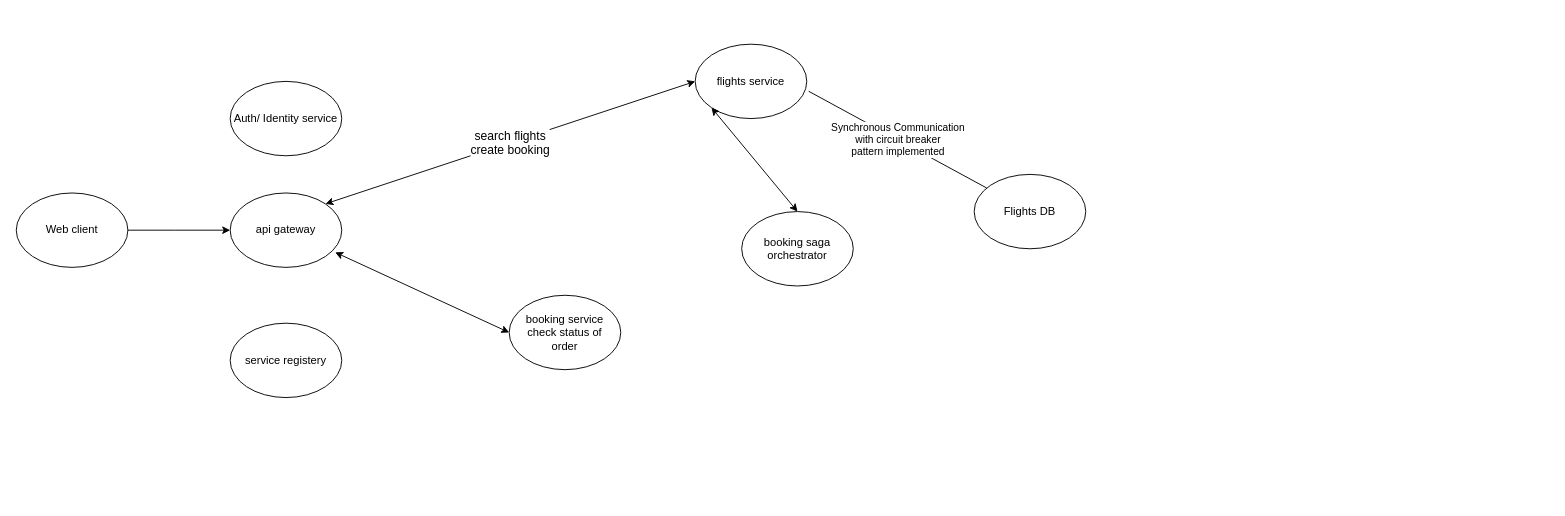
Earlier version of the draw.io diagram HLD.drawio (varindersingh6885/bookingsystem-backend). Source tidied: cells renumbered, new cells numbered last; positions are measured from the earlier drawing's top-left corner, leaving out a move shared by most shapes. Both pictures are drawn from the tidied source at 93%, with x=0, y=0 at pixel (16, 44).
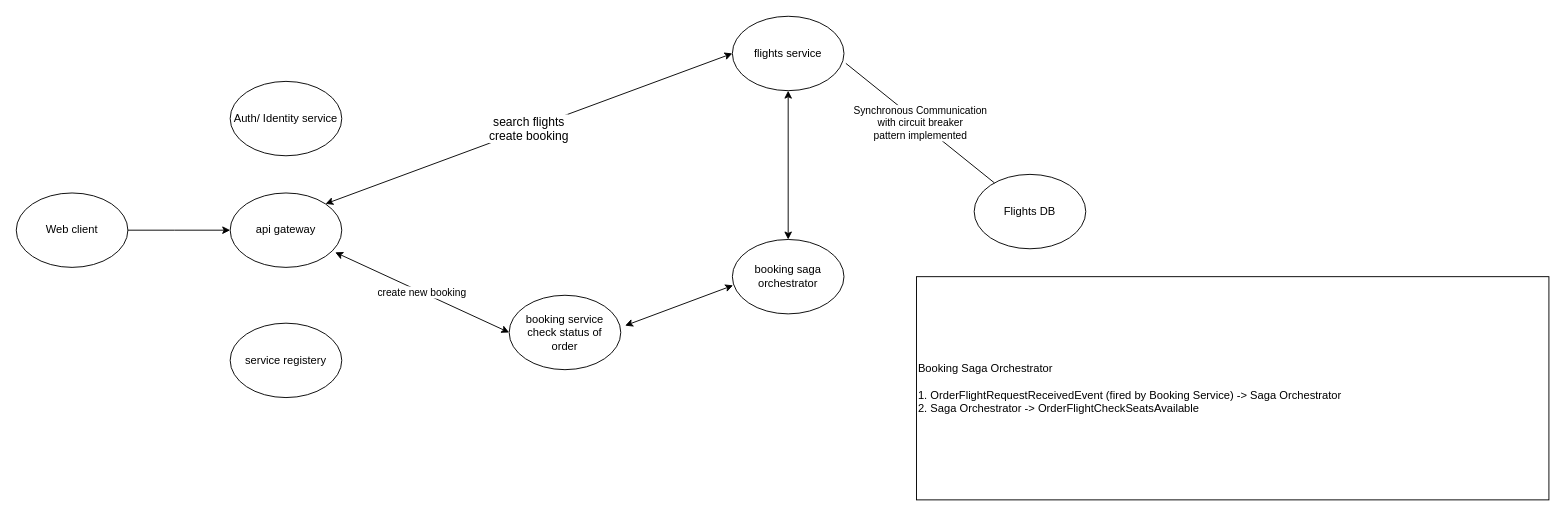
After the change.

Commit message (it also covers changes not shown here):
Create New Booking Event Success

The edit, as a diff of the source:
```diff
@@
 <mxGraphModel>
   <root>
     <mxCell id="0" />
     <mxCell id="1" parent="0" />
     <mxCell id="2" value="flights service" style="ellipse;whiteSpace=wrap;html=1;" parent="1" vertex="1">
-      <mxGeometry x="730" width="120" height="80" as="geometry" />
+      <mxGeometry x="770" y="-30" width="120" height="80" as="geometry" />
     </mxCell>
     <mxCell id="3" value="Flights DB" style="ellipse;whiteSpace=wrap;html=1;" parent="1" vertex="1">
       <mxGeometry x="1030" y="140" width="120" height="80" as="geometry" />
     </mxCell>
     <mxCell id="4" value="Web client" style="ellipse;whiteSpace=wrap;html=1;" parent="1" vertex="1">
       <mxGeometry y="160" width="120" height="80" as="geometry" />
     </mxCell>
     <mxCell id="5" value="service registery" style="ellipse;whiteSpace=wrap;html=1;" parent="1" vertex="1">
       <mxGeometry x="230" y="300" width="120" height="80" as="geometry" />
     </mxCell>
     <mxCell id="6" value="api gateway" style="ellipse;whiteSpace=wrap;html=1;" parent="1" vertex="1">
       <mxGeometry x="230" y="160" width="120" height="80" as="geometry" />
     </mxCell>
     <mxCell id="7" value="Auth/ Identity service" style="ellipse;whiteSpace=wrap;html=1;" parent="1" vertex="1">
       <mxGeometry x="230" y="40" width="120" height="80" as="geometry" />
     </mxCell>
     <mxCell id="8" value="Synchronous Communication&lt;br&gt;with circuit breaker &lt;br&gt;pattern implemented" style="endArrow=none;html=1;rounded=0;entryX=1.017;entryY=0.633;entryDx=0;entryDy=0;entryPerimeter=0;verticalAlign=middle;horizontal=1;targetPerimeterSpacing=0;" parent="1" edge="1" source="3" target="2">
       <mxGeometry relative="1" as="geometry" />
     </mxCell>
     <mxCell id="9" value="&lt;font style=&quot;font-size: 13px;&quot;&gt;search flights&lt;br&gt;create booking&lt;/font&gt;" style="endArrow=classic;startArrow=classic;html=1;rounded=0;exitX=1;exitY=0;exitDx=0;exitDy=0;entryX=0;entryY=0.5;entryDx=0;entryDy=0;" parent="1" edge="1" source="6" target="2">
       <mxGeometry relative="1" as="geometry" />
     </mxCell>
     <mxCell id="10" style="endArrow=classic;html=1;rounded=0;exitX=1;exitY=0.5;exitDx=0;exitDy=0;entryX=0;entryY=0.5;entryDx=0;entryDy=0;" parent="1" edge="1" source="4" target="6">
       <mxGeometry relative="1" as="geometry">
         <Array as="points">
           <mxPoint x="170" y="200" />
         </Array>
       </mxGeometry>
     </mxCell>
     <mxCell id="11" value="booking saga orchestrator" style="ellipse;whiteSpace=wrap;html=1;" parent="1" vertex="1">
-      <mxGeometry x="780" y="180" width="120" height="80" as="geometry" />
+      <mxGeometry x="770" y="210" width="120" height="80" as="geometry" />
     </mxCell>
-    <mxCell id="12" style="endArrow=classic;startArrow=classic;html=1;rounded=0;entryX=0;entryY=1;entryDx=0;entryDy=0;exitX=0.5;exitY=0;exitDx=0;exitDy=0;" parent="1" edge="1" source="11" target="2">
+    <mxCell id="12" style="endArrow=classic;startArrow=classic;html=1;rounded=0;entryX=0.5;entryY=1;entryDx=0;entryDy=0;exitX=0.5;exitY=0;exitDx=0;exitDy=0;" parent="1" edge="1" source="11" target="2">
       <mxGeometry relative="1" as="geometry" />
     </mxCell>
     <mxCell id="13" value="booking service&lt;br&gt;check status of &lt;br&gt;order" style="ellipse;whiteSpace=wrap;html=1;" parent="1" vertex="1">
       <mxGeometry x="530" y="270" width="120" height="80" as="geometry" />
     </mxCell>
-    <mxCell id="14" style="endArrow=classic;startArrow=classic;html=1;rounded=0;entryX=0;entryY=0.5;entryDx=0;entryDy=0;exitX=0.941;exitY=0.798;exitDx=0;exitDy=0;exitPerimeter=0;" parent="1" edge="1" source="6" target="13">
+    <mxCell id="14" value="create new booking" style="endArrow=classic;startArrow=classic;html=1;rounded=0;entryX=0;entryY=0.5;entryDx=0;entryDy=0;exitX=0.941;exitY=0.798;exitDx=0;exitDy=0;exitPerimeter=0;" parent="1" edge="1" source="6" target="13">
       <mxGeometry relative="1" as="geometry" />
     </mxCell>
+    <mxCell id="15" value="Booking Saga Orchestrator&lt;br&gt;&lt;br&gt;1.&amp;nbsp;OrderFlightRequestReceivedEvent (fired by Booking Service) -&amp;gt; Saga Orchestrator&lt;br&gt;2. Saga Orchestrator -&amp;gt;&amp;nbsp;OrderFlightCheckSeatsAvailable&amp;nbsp;" style="rounded=0;whiteSpace=wrap;html=1;align=left;" parent="1" vertex="1">
+      <mxGeometry x="968" y="250" width="680" height="240" as="geometry" />
+    </mxCell>
+    <mxCell id="16" style="endArrow=classic;startArrow=classic;html=1;rounded=0;entryX=0.006;entryY=0.617;entryDx=0;entryDy=0;entryPerimeter=0;exitX=1.039;exitY=0.408;exitDx=0;exitDy=0;exitPerimeter=0;" parent="1" edge="1" source="13" target="11">
+      <mxGeometry relative="1" as="geometry" />
+    </mxCell>
   </root>
 </mxGraphModel>
```
